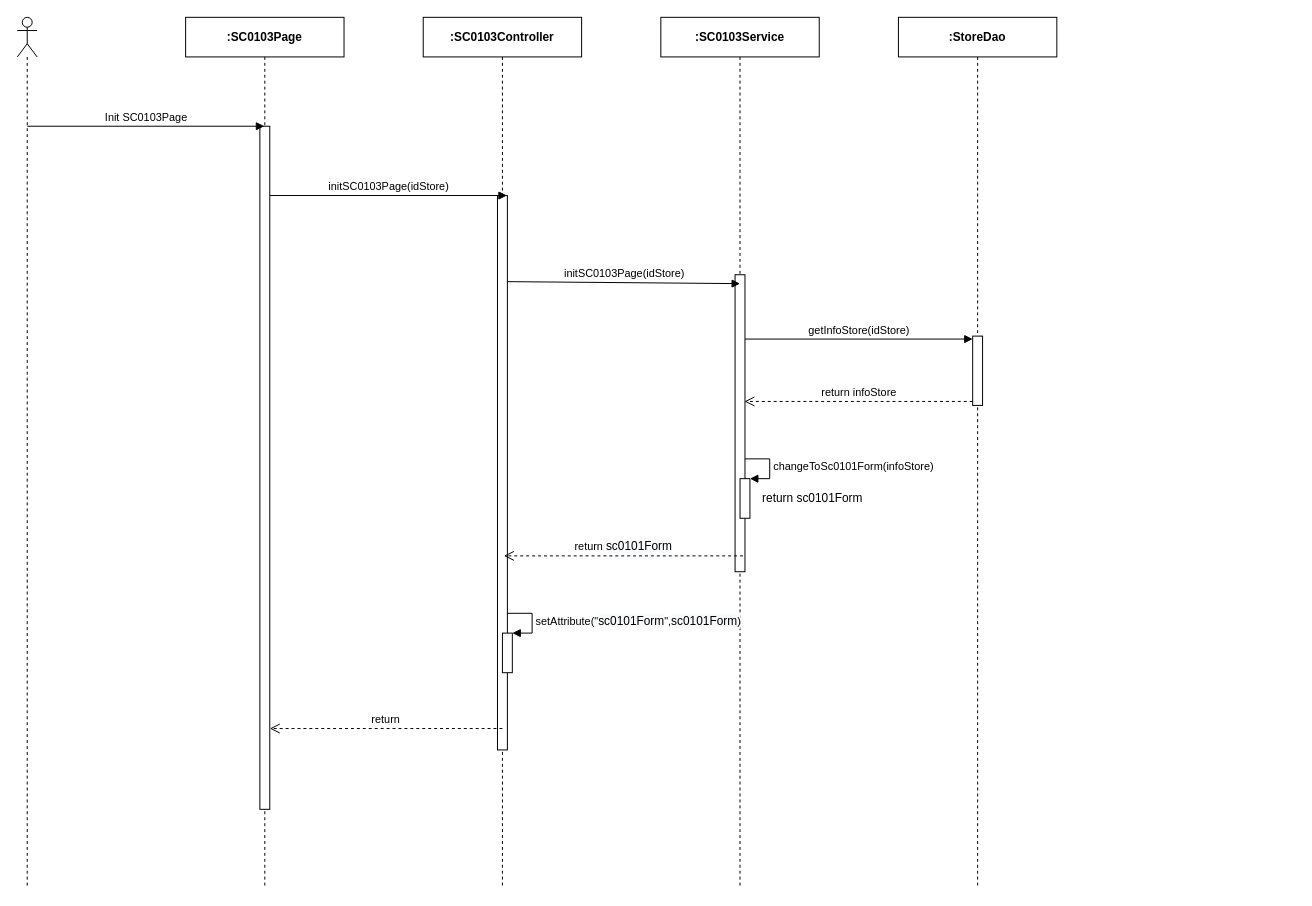
Before: page "Ev01" (1 of 3) of 1. Review/SEQ Diagram/sc01/SC0103_EditStore.drawio in luannmdev/CapstoneDocument, a draw.io diagram. Source tidied: cells renumbered, new cells numbered last; positions are measured from the earlier drawing's top-left corner, leaving out a move shared by most shapes. Both pictures are drawn from the tidied source at 99%, with x=0, y=0 at pixel (17, 17).
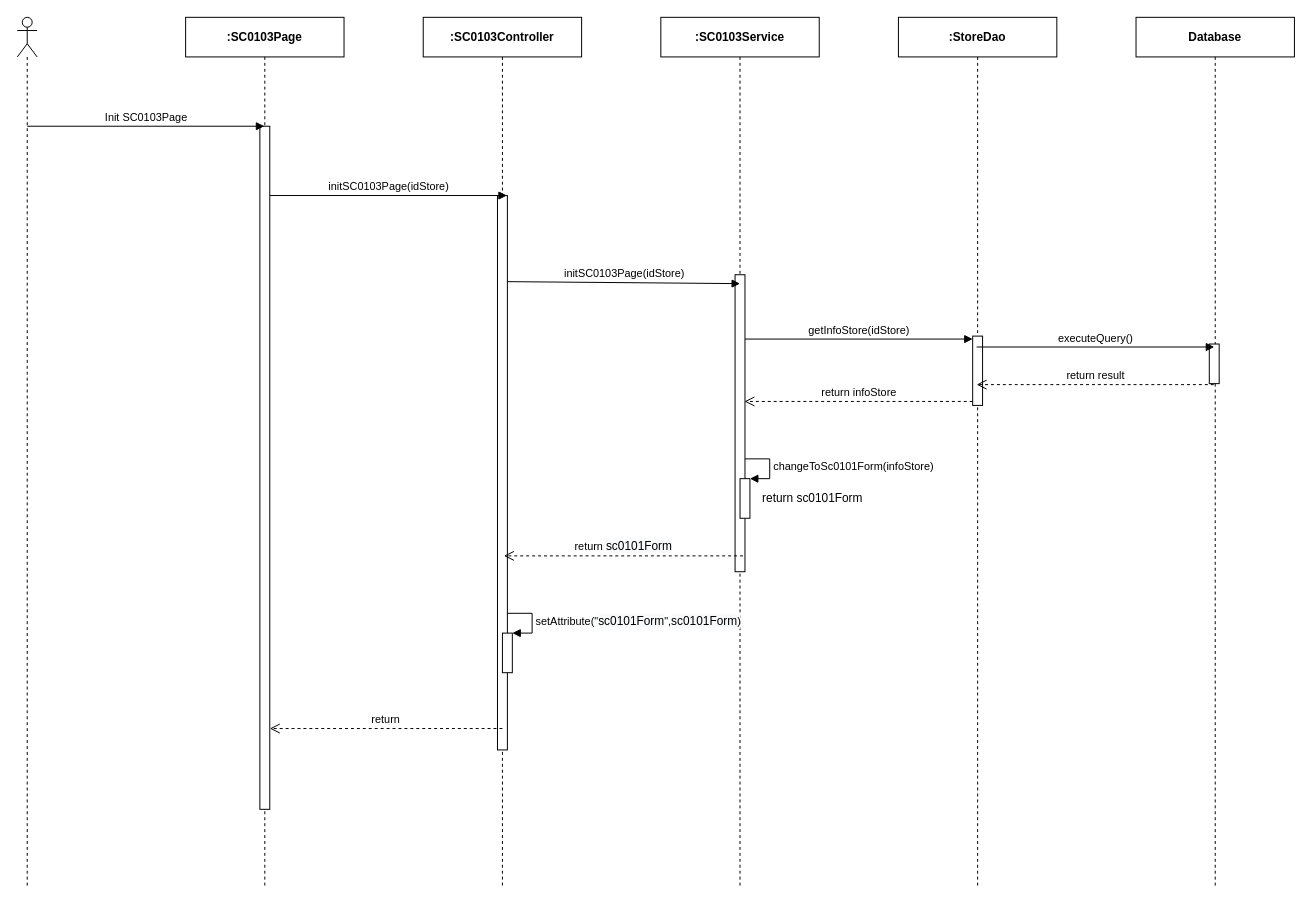
The same page after the edit.

The edit, as a diff of the source:
```diff
@@
+    <mxCell id="23" value="&lt;b&gt;Database&lt;/b&gt;" style="shape=umlLifeline;perimeter=lifelinePerimeter;whiteSpace=wrap;html=1;" parent="1" vertex="1">
+      <mxGeometry x="1130" width="160" height="880" as="geometry" />
+    </mxCell>
+    <mxCell id="24" style="html=1;perimeter=orthogonalPerimeter;" parent="23" vertex="1">
+      <mxGeometry x="74" y="330" width="10" height="40" as="geometry" />
+    </mxCell>
+    <mxCell id="25" value="executeQuery()" style="html=1;verticalAlign=bottom;endArrow=block;" parent="1" edge="1">
+      <mxGeometry relative="1" as="geometry">
+        <mxPoint x="969" y="333" as="sourcePoint" />
+        <mxPoint x="1209" y="333" as="targetPoint" />
+      </mxGeometry>
+    </mxCell>
+    <mxCell id="26" value="return result" style="html=1;verticalAlign=bottom;endArrow=open;dashed=1;endSize=8;" parent="1" edge="1">
+      <mxGeometry relative="1" as="geometry">
+        <mxPoint x="1208.5" y="371" as="sourcePoint" />
+        <mxPoint x="969" y="371" as="targetPoint" />
+      </mxGeometry>
+    </mxCell>
```
